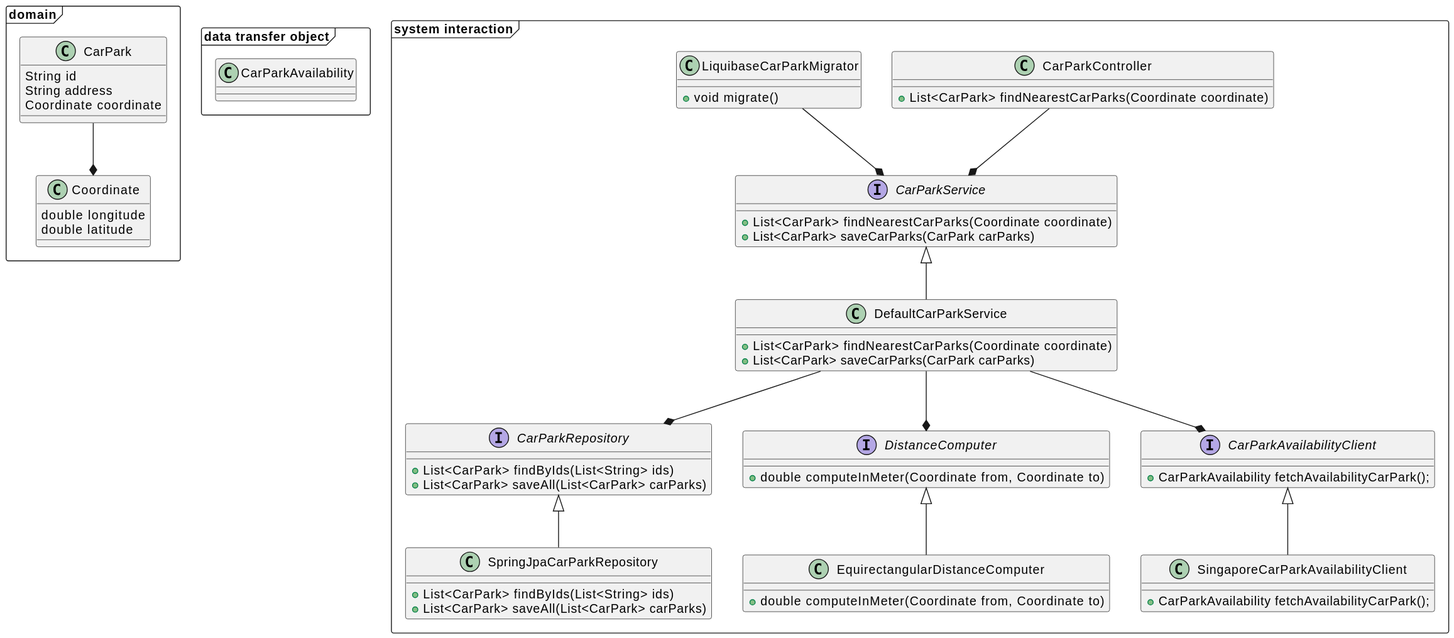
The PlantUML diagram system_design.svg in kiendev98/Car-Parks, before a commit. Its diagram source:
```plantuml
@startuml
top to bottom direction

frame "domain" {
    !include domain.puml
}

frame "data transfer object" {
    class CarParkAvailability {

    }
}

frame "system interaction" {
    class CarParkController {
        + List<CarPark> findNearestCarParks(Coordinate coordinate)
    }

    interface CarParkService {
        + List<CarPark> findNearestCarParks(Coordinate coordinate)
        + List<CarPark> saveCarParks(CarPark carParks)
    }

    class DefaultCarParkService {
        + List<CarPark> findNearestCarParks(Coordinate coordinate)
        + List<CarPark> saveCarParks(CarPark carParks)
    }

    interface CarParkRepository {
        + List<CarPark> findByIds(List<String> ids)
        + List<CarPark> saveAll(List<CarPark> carParks)
    }

    class SpringJpaCarParkRepository {
        + List<CarPark> findByIds(List<String> ids)
        + List<CarPark> saveAll(List<CarPark> carParks)
    }

    interface DistanceComputer {
        + double computeInMeter(Coordinate from, Coordinate to)
    }

    class LiquibaseCarParkMigrator {
        + void migrate()
    }

    interface CarParkAvailabilityClient {
        + CarParkAvailability fetchAvailabilityCarPark();
    }

    class SingaporeCarParkAvailabilityClient  {
        + CarParkAvailability fetchAvailabilityCarPark();
    }

    class EquirectangularDistanceComputer {
        + double computeInMeter(Coordinate from, Coordinate to)
    }
}


CarParkController --* CarParkService
CarParkService <|-- DefaultCarParkService
LiquibaseCarParkMigrator --* CarParkService
DefaultCarParkService --* CarParkRepository
DefaultCarParkService --* CarParkAvailabilityClient
DefaultCarParkService --* DistanceComputer
DistanceComputer <|-- EquirectangularDistanceComputer
CarParkRepository <|-- SpringJpaCarParkRepository
CarParkAvailabilityClient <|-- SingaporeCarParkAvailabilityClient
@enduml
```
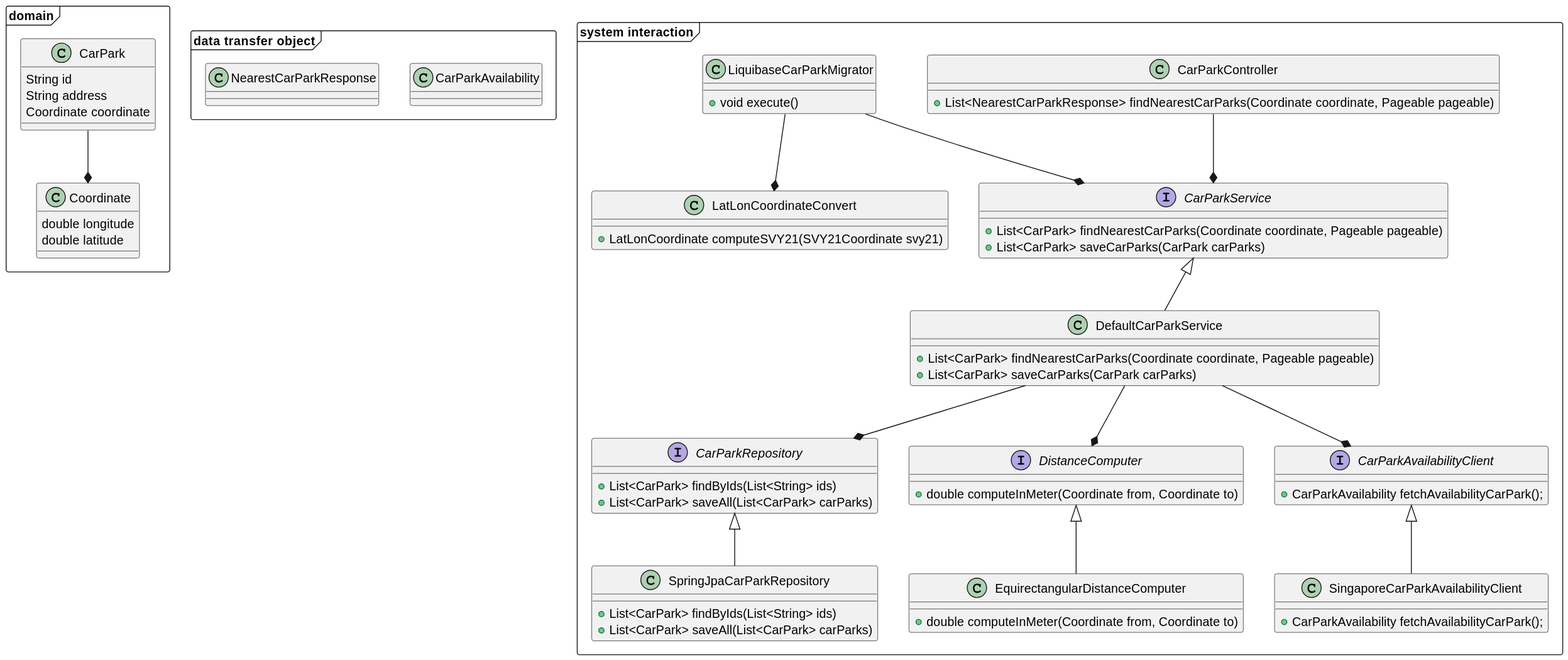
The same diagram one commit later.

Change to the diagram source:
```diff
@@ -6,23 +6,22 @@
 }
 
 frame "data transfer object" {
-    class CarParkAvailability {
-
-    }
+    class CarParkAvailability
+    class NearestCarParkResponse
 }
 
 frame "system interaction" {
     class CarParkController {
-        + List<CarPark> findNearestCarParks(Coordinate coordinate)
+        + List<NearestCarParkResponse> findNearestCarParks(Coordinate coordinate, Pageable  pageable)
     }
 
     interface CarParkService {
-        + List<CarPark> findNearestCarParks(Coordinate coordinate)
+        + List<CarPark> findNearestCarParks(Coordinate coordinate, Pageable pageable)
         + List<CarPark> saveCarParks(CarPark carParks)
     }
 
     class DefaultCarParkService {
-        + List<CarPark> findNearestCarParks(Coordinate coordinate)
+        + List<CarPark> findNearestCarParks(Coordinate coordinate, Pageable pageable)
         + List<CarPark> saveCarParks(CarPark carParks)
     }
 
@@ -41,7 +40,11 @@
     }
 
     class LiquibaseCarParkMigrator {
-        + void migrate()
+        + void execute()
+    }
+
+    class LatLonCoordinateConvert {
+        + LatLonCoordinate computeSVY21(SVY21Coordinate svy21)
     }
 
     interface CarParkAvailabilityClient {
@@ -67,4 +70,5 @@
 DistanceComputer <|-- EquirectangularDistanceComputer
 CarParkRepository <|-- SpringJpaCarParkRepository
 CarParkAvailabilityClient <|-- SingaporeCarParkAvailabilityClient
+LiquibaseCarParkMigrator --* LatLonCoordinateConvert
 @enduml
```
